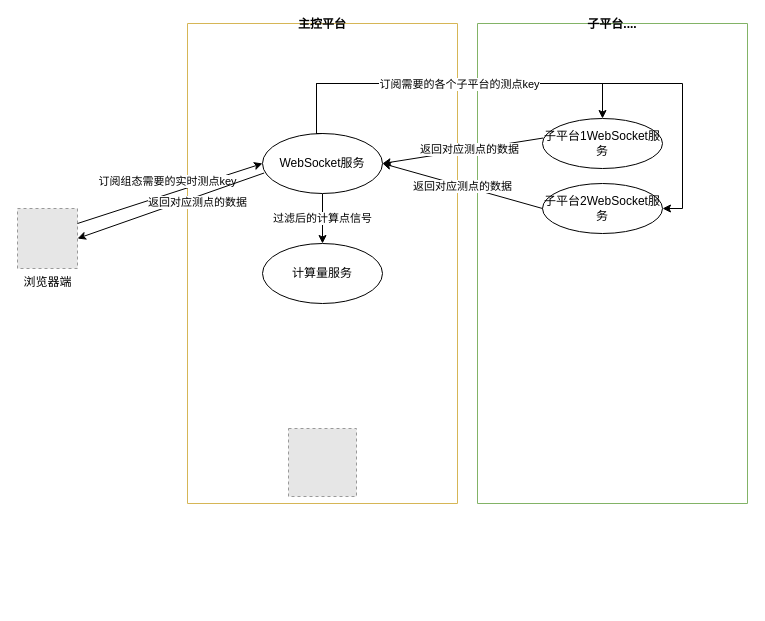
Above: test.drawio in Jarris3154/drawios (draw.io), before the change. Source tidied: cells renumbered, new cells numbered last; positions are measured from the earlier drawing's top-left corner, leaving out a move shared by most shapes. Both pictures are drawn from the tidied source at 100%, with x=0, y=0 at pixel (17, 23). Pictures stored in the file or linked from it are replaced by grey dashed boxes.
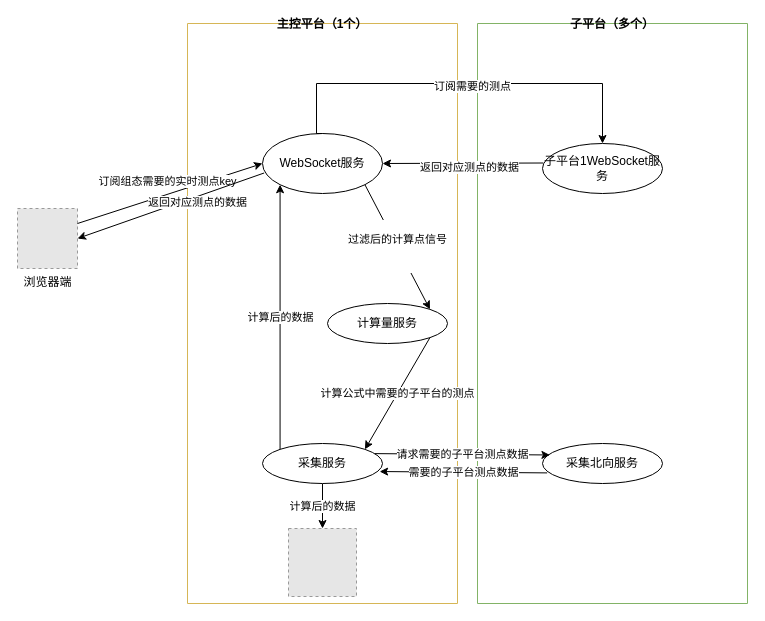
The same diagram, later.

Commit message:
更新计算公式的测点数据

The change refers to these unchanged cells:
```xml
<mxCell id="6" value="WebSocket服务" style="ellipse;whiteSpace=wrap;html=1;" parent="3" vertex="1">
  <mxGeometry x="75" y="110" width="120" height="60" as="geometry" />
</mxCell>
<mxCell id="14" style="edgeStyle=orthogonalEdgeStyle;rounded=0;jettySize=auto;html=1;exitX=0.5;exitY=0;exitDx=0;exitDy=0;entryX=0.5;entryY=0;entryDx=0;entryDy=0;" parent="1" edge="1" source="6" target="11">
  <mxGeometry relative="1" as="geometry">
    <Array as="points">
      <mxPoint x="299" y="60" />
      <mxPoint x="585" y="60" />
    </Array>
  </mxGeometry>
</mxCell>
```

The edit, as a diff of the source:
```diff
@@
-    <mxCell id="3" value="主控平台" style="swimlane;startSize=0;fillColor=#fff2cc;strokeColor=#d6b656;" parent="1" vertex="1">
-      <mxGeometry x="170" width="270" height="480" as="geometry" />
+    <mxCell id="3" value="主控平台（1个）" style="swimlane;startSize=0;fillColor=#fff2cc;strokeColor=#d6b656;" parent="1" vertex="1">
+      <mxGeometry x="170" width="270" height="580" as="geometry" />
     </mxCell>
     <mxCell id="4" style="fillColor=#E6E6E6;strokeColor=#999999;dashed=1;html=1;verticalAlign=top;verticalLabelPosition=bottom;labelBackgroundColor=#ffffff;" parent="3" vertex="1">
-      <mxGeometry x="101" y="405" width="68" height="68" as="geometry" />
+      <mxGeometry x="101" y="505" width="68" height="68" as="geometry" />
     </mxCell>
-    <mxCell id="5" value="过滤后的计算点信号" style="edgeStyle=orthogonalEdgeStyle;rounded=0;jettySize=auto;html=1;exitX=0.5;exitY=1;exitDx=0;exitDy=0;entryX=0.5;entryY=0;entryDx=0;entryDy=0;" parent="3" edge="1" source="6" target="7">
-      <mxGeometry relative="1" as="geometry" />
-    </mxCell>
@@
     <mxCell id="7" value="计算量服务" style="ellipse;whiteSpace=wrap;html=1;" parent="3" vertex="1">
-      <mxGeometry x="75" y="220" width="120" height="60" as="geometry" />
+      <mxGeometry x="140" y="280" width="120" height="40" as="geometry" />
     </mxCell>
+    <mxCell id="21" value="计算后的数据" style="edgeStyle=orthogonalEdgeStyle;rounded=0;jettySize=auto;html=1;exitX=0.5;exitY=1;exitDx=0;exitDy=0;" parent="3" edge="1" source="22" target="4">
+      <mxGeometry relative="1" as="geometry" />
+    </mxCell>
+    <mxCell id="22" value="采集服务" style="ellipse;whiteSpace=wrap;html=1;" parent="3" vertex="1">
+      <mxGeometry x="75" y="420" width="120" height="40" as="geometry" />
+    </mxCell>
+    <mxCell id="5" value="&#10;过滤后的计算点信号&#10;&#10;" style="endArrow=classic;html=1;exitX=1;exitY=1;exitDx=0;exitDy=0;entryX=1;entryY=0;entryDx=0;entryDy=0;" parent="3" edge="1" source="6" target="7">
+      <mxGeometry relative="1" as="geometry" />
+    </mxCell>
+    <mxCell id="23" value="计算公式中需要的子平台的测点" style="endArrow=classic;html=1;entryX=1;entryY=0;entryDx=0;entryDy=0;exitX=1;exitY=1;exitDx=0;exitDy=0;" parent="3" edge="1" source="7" target="22">
+      <mxGeometry relative="1" as="geometry" />
+    </mxCell>
+    <mxCell id="24" value="计算后的数据" style="endArrow=classic;html=1;entryX=0;entryY=1;entryDx=0;entryDy=0;exitX=0;exitY=0;exitDx=0;exitDy=0;" parent="3" edge="1" source="22" target="6">
+      <mxGeometry relative="1" as="geometry" />
+    </mxCell>
@@
-    <mxCell id="10" value="子平台...." style="swimlane;startSize=0;swimlaneLine=1;fillColor=#d5e8d4;strokeColor=#82b366;" parent="1" vertex="1">
-      <mxGeometry x="460" width="270" height="480" as="geometry" />
+    <mxCell id="10" value="子平台（多个）" style="swimlane;startSize=0;swimlaneLine=1;fillColor=#d5e8d4;strokeColor=#82b366;" parent="1" vertex="1">
+      <mxGeometry x="460" width="270" height="580" as="geometry" />
     </mxCell>
     <mxCell id="11" value="子平台1WebSocket服务" style="ellipse;whiteSpace=wrap;html=1;" parent="10" vertex="1">
-      <mxGeometry x="65" y="95" width="120" height="50" as="geometry" />
+      <mxGeometry x="65" y="120" width="120" height="50" as="geometry" />
     </mxCell>
-    <mxCell id="12" value="子平台2WebSocket服务" style="ellipse;whiteSpace=wrap;html=1;" parent="10" vertex="1">
-      <mxGeometry x="65" y="160" width="120" height="50" as="geometry" />
-    </mxCell>
-    <mxCell id="13" value="返回对应测点的数据" style="endArrow=classic;html=1;exitX=0;exitY=0.5;exitDx=0;exitDy=0;entryX=1;entryY=0.5;entryDx=0;entryDy=0;" parent="1" edge="1" source="12" target="6">
-      <mxGeometry relative="1" as="geometry" />
-    </mxCell>
+    <mxCell id="25" value="采集北向服务" style="ellipse;whiteSpace=wrap;html=1;" parent="10" vertex="1">
+      <mxGeometry x="65" y="420" width="120" height="40" as="geometry" />
+    </mxCell>
@@
+    <mxCell id="26" value="订阅需要的测点" style="edgeLabel;html=1;align=center;verticalAlign=middle;" parent="14" vertex="1">
+      <mxGeometry x="0.05" y="-2" relative="1" as="geometry" />
+    </mxCell>
@@
-    <mxCell id="17" style="edgeStyle=orthogonalEdgeStyle;rounded=0;jettySize=auto;html=1;exitX=0.5;exitY=0;exitDx=0;exitDy=0;entryX=1;entryY=0.5;entryDx=0;entryDy=0;" parent="1" edge="1" source="6" target="12">
-      <mxGeometry relative="1" as="geometry">
-        <Array as="points">
-          <mxPoint x="299" y="60" />
-          <mxPoint x="665" y="60" />
-          <mxPoint x="665" y="185" />
-        </Array>
-      </mxGeometry>
-    </mxCell>
-    <mxCell id="18" value="订阅需要的各个子平台的测点key" style="edgeLabel;html=1;align=center;verticalAlign=middle;" parent="17" vertex="1">
-      <mxGeometry x="-0.3" relative="1" as="geometry" />
-    </mxCell>
@@
+    <mxCell id="27" value="请求需要的子平台测点数据" style="endArrow=classic;html=1;entryX=0.062;entryY=0.287;entryDx=0;entryDy=0;entryPerimeter=0;exitX=0.936;exitY=0.253;exitDx=0;exitDy=0;exitPerimeter=0;" parent="1" edge="1" source="22" target="25">
+      <mxGeometry relative="1" as="geometry" />
+    </mxCell>
+    <mxCell id="28" value="需要的子平台测点数据" style="endArrow=classic;html=1;exitX=0.039;exitY=0.735;exitDx=0;exitDy=0;entryX=0.976;entryY=0.701;entryDx=0;entryDy=0;exitPerimeter=0;entryPerimeter=0;" parent="1" edge="1" source="25" target="22">
+      <mxGeometry relative="1" as="geometry" />
+    </mxCell>
```
